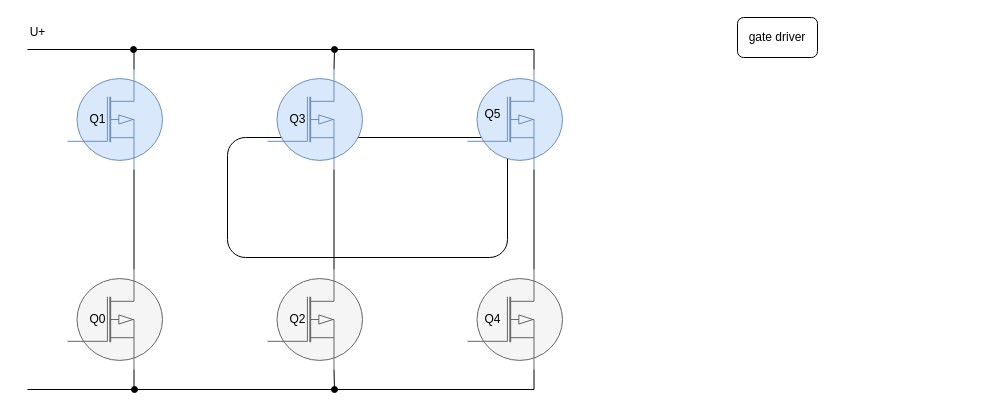
The draw.io diagram page "第 2 页" (2 of 2) of 电动机分类.drawio in Vinson-001/Blog-flow-chart, before the edit. Source tidied: cells renumbered, new cells numbered last; positions are measured from the earlier drawing's top-left corner, leaving out a move shared by most shapes. Both pictures are drawn from the tidied source at 100%, with x=0, y=0 at pixel (17, 17).
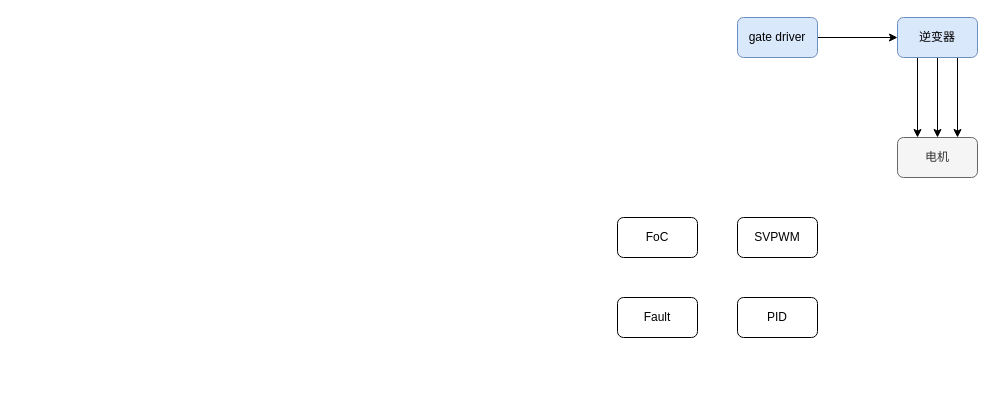
The same diagram, later.

Commit message (it also covers changes not shown here):
更新电动机分类.drawio

Change to the diagram source:
```diff
@@
+    <mxCell id="27" style="edgeStyle=orthogonalEdgeStyle;rounded=0;jettySize=auto;html=1;exitX=1;exitY=0.5;exitDx=0;exitDy=0;entryX=0;entryY=0.5;entryDx=0;entryDy=0;" parent="1" edge="1" source="2" target="31">
+      <mxGeometry relative="1" as="geometry" />
+    </mxCell>
-    <mxCell id="2" value="gate driver" style="rounded=1;whiteSpace=wrap;html=1;" parent="1" vertex="1">
+    <mxCell id="2" value="gate driver" style="rounded=1;whiteSpace=wrap;html=1;fillColor=#dae8fc;strokeColor=#6c8ebf;" parent="1" vertex="1">
       <mxGeometry x="720" width="80" height="40" as="geometry" />
     </mxCell>
-    <mxCell id="3" style="group;" parent="1" vertex="1">
-      <mxGeometry width="545" height="372" as="geometry" />
-    </mxCell>
-    <mxCell id="4" style="rounded=1;whiteSpace=wrap;html=1;" parent="3" vertex="1">
-      <mxGeometry x="210" y="120" width="280" height="120" as="geometry" />
-    </mxCell>
-    <mxCell id="5" style="verticalLabelPosition=bottom;shadow=0;dashed=0;align=center;html=1;verticalAlign=top;shape=mxgraph.electrical.mosfets1.p-channel_mosfet_1;fillColor=#dae8fc;strokeColor=#6c8ebf;" parent="3" vertex="1">
-      <mxGeometry x="50" y="52" width="95" height="100" as="geometry" />
-    </mxCell>
-    <mxCell id="6" style="verticalLabelPosition=bottom;shadow=0;dashed=0;align=center;html=1;verticalAlign=top;shape=mxgraph.electrical.mosfets1.p-channel_mosfet_1;fillColor=#f5f5f5;strokeColor=#666666;fontColor=#333333;" parent="3" vertex="1">
-      <mxGeometry x="50" y="252" width="95" height="100" as="geometry" />
-    </mxCell>
-    <mxCell id="7" style="edgeStyle=orthogonalEdgeStyle;rounded=0;jettySize=auto;html=1;exitX=0.7;exitY=0;exitDx=0;exitDy=0;exitPerimeter=0;endArrow=oval;endFill=1;" parent="3" edge="1" source="8">
-      <mxGeometry relative="1" as="geometry">
-        <mxPoint x="317" y="32" as="targetPoint" />
-      </mxGeometry>
-    </mxCell>
-    <mxCell id="8" style="verticalLabelPosition=bottom;shadow=0;dashed=0;align=center;html=1;verticalAlign=top;shape=mxgraph.electrical.mosfets1.p-channel_mosfet_1;fillColor=#dae8fc;strokeColor=#6c8ebf;" parent="3" vertex="1">
-      <mxGeometry x="250" y="52" width="95" height="100" as="geometry" />
-    </mxCell>
-    <mxCell id="9" style="edgeStyle=orthogonalEdgeStyle;rounded=0;jettySize=auto;html=1;exitX=0.7;exitY=1;exitDx=0;exitDy=0;exitPerimeter=0;endArrow=oval;endFill=1;" parent="3" edge="1" source="10">
-      <mxGeometry relative="1" as="geometry">
-        <mxPoint x="317" y="372" as="targetPoint" />
-      </mxGeometry>
-    </mxCell>
-    <mxCell id="10" style="verticalLabelPosition=bottom;shadow=0;dashed=0;align=center;html=1;verticalAlign=top;shape=mxgraph.electrical.mosfets1.p-channel_mosfet_1;fillColor=#f5f5f5;strokeColor=#666666;fontColor=#333333;" parent="3" vertex="1">
-      <mxGeometry x="250" y="252" width="95" height="100" as="geometry" />
-    </mxCell>
-    <mxCell id="11" style="verticalLabelPosition=bottom;shadow=0;dashed=0;align=center;html=1;verticalAlign=top;shape=mxgraph.electrical.mosfets1.p-channel_mosfet_1;fillColor=#dae8fc;strokeColor=#6c8ebf;" parent="3" vertex="1">
-      <mxGeometry x="450" y="52" width="95" height="100" as="geometry" />
-    </mxCell>
-    <mxCell id="12" style="verticalLabelPosition=bottom;shadow=0;dashed=0;align=center;html=1;verticalAlign=top;shape=mxgraph.electrical.mosfets1.p-channel_mosfet_1;fillColor=#f5f5f5;strokeColor=#666666;fontColor=#333333;" parent="3" vertex="1">
-      <mxGeometry x="450" y="252" width="95" height="100" as="geometry" />
-    </mxCell>
-    <mxCell id="13" style="edgeStyle=orthogonalEdgeStyle;rounded=0;jettySize=auto;html=1;exitX=0.7;exitY=0;exitDx=0;exitDy=0;exitPerimeter=0;entryX=0.7;entryY=0;entryDx=0;entryDy=0;entryPerimeter=0;endArrow=none;endFill=0;" parent="3" edge="1" source="5" target="11">
-      <mxGeometry relative="1" as="geometry" />
-    </mxCell>
-    <mxCell id="14" style="edgeStyle=orthogonalEdgeStyle;rounded=0;jettySize=auto;html=1;exitX=0.7;exitY=1;exitDx=0;exitDy=0;exitPerimeter=0;entryX=0.7;entryY=0;entryDx=0;entryDy=0;entryPerimeter=0;endArrow=none;endFill=0;" parent="3" edge="1" source="5" target="6">
-      <mxGeometry relative="1" as="geometry" />
-    </mxCell>
-    <mxCell id="15" style="edgeStyle=orthogonalEdgeStyle;rounded=0;jettySize=auto;html=1;exitX=0.7;exitY=1;exitDx=0;exitDy=0;exitPerimeter=0;entryX=0.7;entryY=0;entryDx=0;entryDy=0;entryPerimeter=0;endArrow=none;endFill=0;" parent="3" edge="1" source="8" target="10">
-      <mxGeometry relative="1" as="geometry" />
-    </mxCell>
-    <mxCell id="16" style="edgeStyle=orthogonalEdgeStyle;rounded=0;jettySize=auto;html=1;exitX=0.7;exitY=1;exitDx=0;exitDy=0;exitPerimeter=0;entryX=0.7;entryY=0;entryDx=0;entryDy=0;entryPerimeter=0;endArrow=none;endFill=0;" parent="3" edge="1" source="11" target="12">
-      <mxGeometry relative="1" as="geometry" />
-    </mxCell>
-    <mxCell id="17" style="edgeStyle=orthogonalEdgeStyle;rounded=0;jettySize=auto;html=1;exitX=0.7;exitY=1;exitDx=0;exitDy=0;exitPerimeter=0;entryX=0.7;entryY=1;entryDx=0;entryDy=0;entryPerimeter=0;endArrow=none;endFill=0;" parent="3" edge="1" source="6" target="12">
-      <mxGeometry relative="1" as="geometry" />
-    </mxCell>
-    <mxCell id="18" value="Q1" style="text;html=1;align=center;verticalAlign=middle;strokeColor=none;fillColor=none;" parent="3" vertex="1">
-      <mxGeometry x="60" y="87" width="40" height="30" as="geometry" />
-    </mxCell>
-    <mxCell id="19" value="Q3" style="text;html=1;align=center;verticalAlign=middle;strokeColor=none;fillColor=none;" parent="3" vertex="1">
-      <mxGeometry x="260" y="87" width="40" height="30" as="geometry" />
-    </mxCell>
-    <mxCell id="20" value="Q5" style="text;html=1;align=center;verticalAlign=middle;strokeColor=none;fillColor=none;" parent="3" vertex="1">
-      <mxGeometry x="455" y="82" width="40" height="30" as="geometry" />
-    </mxCell>
-    <mxCell id="21" value="Q0" style="text;html=1;align=center;verticalAlign=middle;strokeColor=none;fillColor=none;" parent="3" vertex="1">
-      <mxGeometry x="60" y="287" width="40" height="30" as="geometry" />
-    </mxCell>
-    <mxCell id="22" value="Q2" style="text;html=1;align=center;verticalAlign=middle;strokeColor=none;fillColor=none;" parent="3" vertex="1">
-      <mxGeometry x="260" y="287" width="40" height="30" as="geometry" />
-    </mxCell>
-    <mxCell id="23" value="Q4" style="text;html=1;align=center;verticalAlign=middle;strokeColor=none;fillColor=none;" parent="3" vertex="1">
-      <mxGeometry x="455" y="287" width="40" height="30" as="geometry" />
-    </mxCell>
-    <mxCell id="24" style="endArrow=none;html=1;rounded=0;startArrow=oval;startFill=1;" parent="3" edge="1">
-      <mxGeometry relative="1" as="geometry">
-        <mxPoint x="116" y="32" as="sourcePoint" />
-        <mxPoint x="10" y="32" as="targetPoint" />
-      </mxGeometry>
-    </mxCell>
-    <mxCell id="25" style="endArrow=none;html=1;rounded=0;startArrow=oval;startFill=1;" parent="3" edge="1">
-      <mxGeometry relative="1" as="geometry">
-        <mxPoint x="117" y="372" as="sourcePoint" />
-        <mxPoint x="10" y="372" as="targetPoint" />
-      </mxGeometry>
-    </mxCell>
-    <mxCell id="26" value="U+" style="text;html=1;align=center;verticalAlign=middle;strokeColor=none;fillColor=none;" parent="3" vertex="1">
-      <mxGeometry width="40" height="30" as="geometry" />
-    </mxCell>
+    <mxCell id="28" style="edgeStyle=orthogonalEdgeStyle;rounded=0;jettySize=auto;html=1;exitX=0.25;exitY=1;exitDx=0;exitDy=0;entryX=0.25;entryY=0;entryDx=0;entryDy=0;" parent="1" edge="1" source="31" target="32">
+      <mxGeometry relative="1" as="geometry" />
+    </mxCell>
+    <mxCell id="29" style="edgeStyle=orthogonalEdgeStyle;rounded=0;jettySize=auto;html=1;exitX=0.5;exitY=1;exitDx=0;exitDy=0;entryX=0.5;entryY=0;entryDx=0;entryDy=0;" parent="1" edge="1" source="31" target="32">
+      <mxGeometry relative="1" as="geometry" />
+    </mxCell>
+    <mxCell id="30" style="edgeStyle=orthogonalEdgeStyle;rounded=0;jettySize=auto;html=1;exitX=0.75;exitY=1;exitDx=0;exitDy=0;entryX=0.75;entryY=0;entryDx=0;entryDy=0;" parent="1" edge="1" source="31" target="32">
+      <mxGeometry relative="1" as="geometry" />
+    </mxCell>
+    <mxCell id="31" value="逆变器" style="rounded=1;whiteSpace=wrap;html=1;fillColor=#dae8fc;strokeColor=#6c8ebf;" parent="1" vertex="1">
+      <mxGeometry x="880" width="80" height="40" as="geometry" />
+    </mxCell>
+    <mxCell id="32" value="电机" style="rounded=1;whiteSpace=wrap;html=1;fillColor=#f5f5f5;strokeColor=#666666;fontColor=#333333;" parent="1" vertex="1">
+      <mxGeometry x="880" y="120" width="80" height="40" as="geometry" />
+    </mxCell>
+    <mxCell id="33" value="FoC" style="rounded=1;whiteSpace=wrap;html=1;" parent="1" vertex="1">
+      <mxGeometry x="600" y="200" width="80" height="40" as="geometry" />
+    </mxCell>
+    <mxCell id="34" value="PID" style="rounded=1;whiteSpace=wrap;html=1;" parent="1" vertex="1">
+      <mxGeometry x="720" y="280" width="80" height="40" as="geometry" />
+    </mxCell>
+    <mxCell id="35" value="SVPWM" style="rounded=1;whiteSpace=wrap;html=1;" parent="1" vertex="1">
+      <mxGeometry x="720" y="200" width="80" height="40" as="geometry" />
+    </mxCell>
+    <mxCell id="36" value="Fault" style="rounded=1;whiteSpace=wrap;html=1;" parent="1" vertex="1">
+      <mxGeometry x="600" y="280" width="80" height="40" as="geometry" />
+    </mxCell>
```
